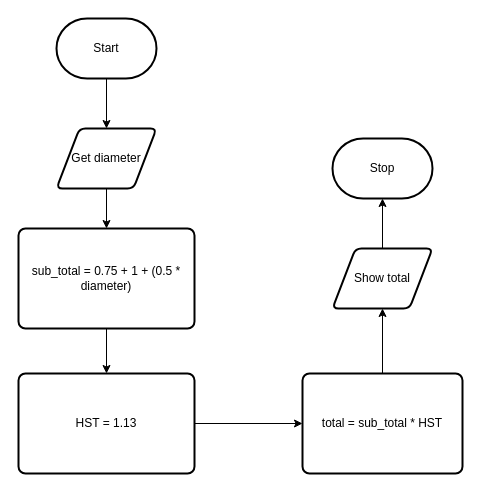
Above: flowchart.drawio in michael-clermont1/ICS3U-Unit2-04-Python (draw.io), before the change. Source tidied: cells renumbered, new cells numbered last; positions are measured from the earlier drawing's top-left corner, leaving out a move shared by most shapes. Both pictures are drawn from the tidied source at 100%, with x=0, y=0 at pixel (18, 18).
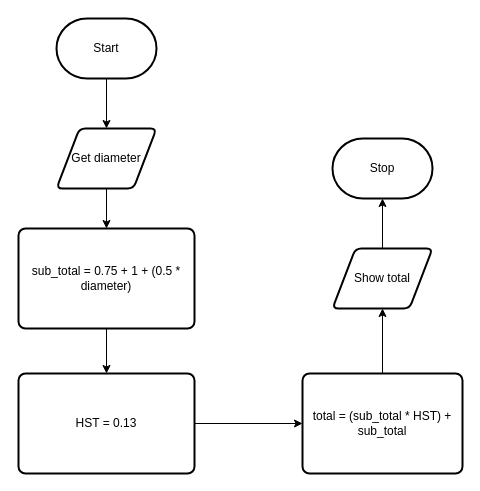
The same page after the edit.

Commit message (it also covers changes not shown here):
edited flowchart and design

What changed in the source:
```diff
@@
 <mxGraphModel>
   <root>
     <mxCell id="0" />
     <mxCell id="1" parent="0" />
     <mxCell id="2" style="edgeStyle=orthogonalEdgeStyle;shape=connector;rounded=0;html=1;entryX=0.5;entryY=0;entryDx=0;entryDy=0;labelBackgroundColor=default;fontFamily=Helvetica;fontSize=11;fontColor=default;endArrow=classic;strokeColor=default;" parent="1" edge="1" source="3" target="7">
       <mxGeometry relative="1" as="geometry" />
     </mxCell>
     <mxCell id="3" value="Get diameter" style="shape=parallelogram;html=1;strokeWidth=2;perimeter=parallelogramPerimeter;whiteSpace=wrap;rounded=1;arcSize=12;size=0.23;" parent="1" vertex="1">
       <mxGeometry x="38" y="110" width="100" height="60" as="geometry" />
     </mxCell>
     <mxCell id="4" style="edgeStyle=orthogonalEdgeStyle;html=1;entryX=0.5;entryY=0;entryDx=0;entryDy=0;rounded=0;" parent="1" edge="1" source="5" target="3">
       <mxGeometry relative="1" as="geometry" />
     </mxCell>
     <mxCell id="5" value="Start" style="strokeWidth=2;html=1;shape=mxgraph.flowchart.terminator;whiteSpace=wrap;" parent="1" vertex="1">
       <mxGeometry x="38" width="100" height="60" as="geometry" />
     </mxCell>
     <mxCell id="6" style="edgeStyle=orthogonalEdgeStyle;shape=connector;rounded=0;html=1;exitX=0.5;exitY=1;exitDx=0;exitDy=0;entryX=0.5;entryY=0;entryDx=0;entryDy=0;labelBackgroundColor=default;fontFamily=Helvetica;fontSize=11;fontColor=default;endArrow=classic;strokeColor=default;" parent="1" edge="1" source="7" target="9">
       <mxGeometry relative="1" as="geometry" />
     </mxCell>
     <mxCell id="7" value="sub_total = 0.75 + 1 + (0.5 * diameter)" style="rounded=1;whiteSpace=wrap;html=1;absoluteArcSize=1;arcSize=14;strokeWidth=2;" parent="1" vertex="1">
       <mxGeometry y="210" width="176" height="100" as="geometry" />
     </mxCell>
     <mxCell id="8" style="edgeStyle=orthogonalEdgeStyle;shape=connector;rounded=0;html=1;exitX=1;exitY=0.5;exitDx=0;exitDy=0;entryX=0;entryY=0.5;entryDx=0;entryDy=0;labelBackgroundColor=default;fontFamily=Helvetica;fontSize=11;fontColor=default;endArrow=classic;strokeColor=default;" parent="1" edge="1" source="9" target="11">
       <mxGeometry relative="1" as="geometry" />
     </mxCell>
-    <mxCell id="9" value="HST = 1.13" style="rounded=1;whiteSpace=wrap;html=1;absoluteArcSize=1;arcSize=14;strokeWidth=2;" parent="1" vertex="1">
+    <mxCell id="9" value="HST = 0.13" style="rounded=1;whiteSpace=wrap;html=1;absoluteArcSize=1;arcSize=14;strokeWidth=2;" parent="1" vertex="1">
       <mxGeometry y="355" width="176" height="100" as="geometry" />
     </mxCell>
     <mxCell id="10" style="edgeStyle=orthogonalEdgeStyle;shape=connector;rounded=0;html=1;exitX=0.5;exitY=0;exitDx=0;exitDy=0;entryX=0.5;entryY=1;entryDx=0;entryDy=0;labelBackgroundColor=default;fontFamily=Helvetica;fontSize=11;fontColor=default;endArrow=classic;strokeColor=default;" parent="1" edge="1" source="11" target="13">
       <mxGeometry relative="1" as="geometry" />
     </mxCell>
-    <mxCell id="11" value="total = sub_total * HST" style="rounded=1;whiteSpace=wrap;html=1;absoluteArcSize=1;arcSize=14;strokeWidth=2;" parent="1" vertex="1">
+    <mxCell id="11" value="total = (sub_total * HST) + sub_total" style="rounded=1;whiteSpace=wrap;html=1;absoluteArcSize=1;arcSize=14;strokeWidth=2;" parent="1" vertex="1">
       <mxGeometry x="284" y="355" width="160" height="100" as="geometry" />
     </mxCell>
     <mxCell id="12" style="edgeStyle=orthogonalEdgeStyle;shape=connector;rounded=0;html=1;exitX=0.5;exitY=0;exitDx=0;exitDy=0;entryX=0.5;entryY=1;entryDx=0;entryDy=0;entryPerimeter=0;labelBackgroundColor=default;fontFamily=Helvetica;fontSize=11;fontColor=default;endArrow=classic;strokeColor=default;" parent="1" edge="1" source="13" target="14">
       <mxGeometry relative="1" as="geometry" />
     </mxCell>
     <mxCell id="13" value="Show total" style="shape=parallelogram;html=1;strokeWidth=2;perimeter=parallelogramPerimeter;whiteSpace=wrap;rounded=1;arcSize=12;size=0.23;" parent="1" vertex="1">
       <mxGeometry x="314" y="230" width="100" height="60" as="geometry" />
     </mxCell>
     <mxCell id="14" value="Stop" style="strokeWidth=2;html=1;shape=mxgraph.flowchart.terminator;whiteSpace=wrap;" parent="1" vertex="1">
       <mxGeometry x="314" y="120" width="100" height="60" as="geometry" />
     </mxCell>
   </root>
 </mxGraphModel>
```
